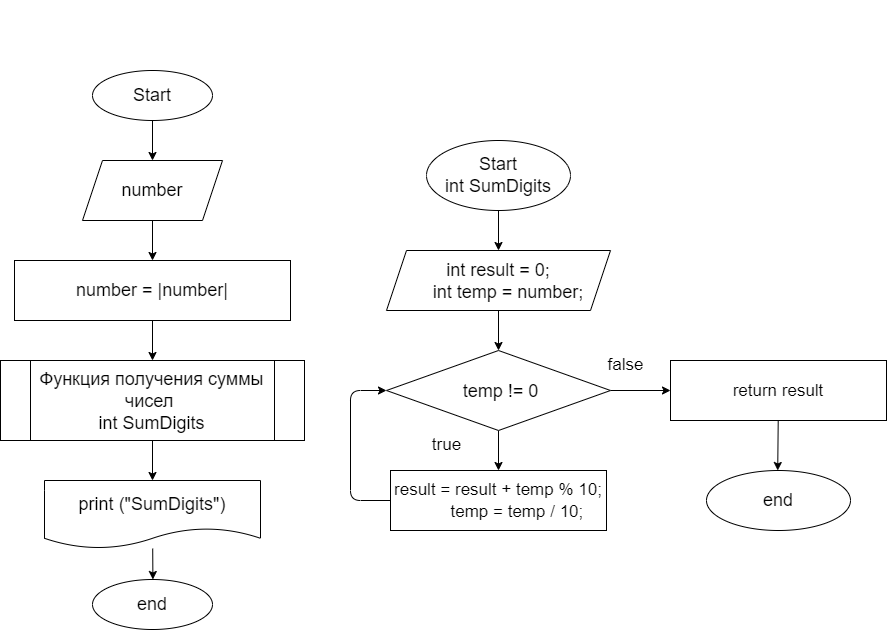
L-manakov/C-sharp keeps this draw.io diagram as Task_27/diagrama.drawio.png. Above is the earlier version. Source tidied: cells renumbered, new cells last; positions are measured from the earlier drawing's top-left corner, leaving out a move shared by most shapes.
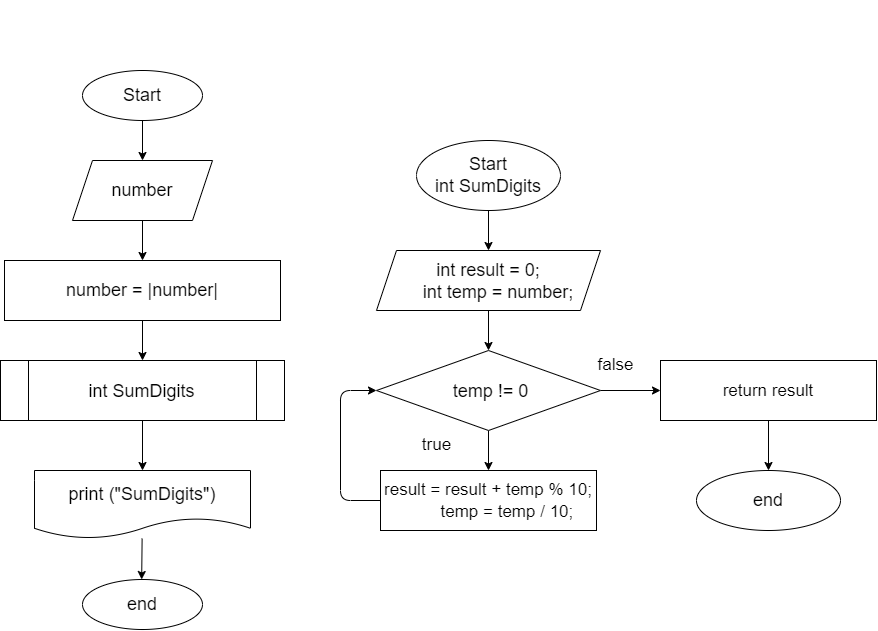
The same diagram one commit later.

What changed in the source:
```diff
@@ -19,7 +19,7 @@
     </mxCell>
     <mxCell id="7" style="edgeStyle=none;html=1;fontSize=18;fontColor=#000000;" parent="1" edge="1" target="10">
       <mxGeometry relative="1" as="geometry">
-        <mxPoint x="152" y="500" as="sourcePoint" />
+        <mxPoint x="152" y="490" as="sourcePoint" />
       </mxGeometry>
     </mxCell>
     <mxCell id="8" value="end" style="ellipse;whiteSpace=wrap;html=1;labelBackgroundColor=#FFFFFF;fontSize=18;fontColor=#000000;labelBorderColor=none;" parent="1" vertex="1">
@@ -29,7 +29,7 @@
       <mxGeometry relative="1" as="geometry" />
     </mxCell>
     <mxCell id="10" value="&lt;font style=&quot;font-size: 18px&quot;&gt;&lt;span style=&quot;color: rgb(0 , 0 , 0) ; background-color: rgb(255 , 255 , 255)&quot;&gt;print (&quot;SumDigits&quot;&lt;/span&gt;&lt;span style=&quot;background-color: rgb(255 , 255 , 255) ; color: rgb(0 , 0 , 0)&quot;&gt;)&lt;/span&gt;&lt;/font&gt;" style="shape=document;whiteSpace=wrap;html=1;boundedLbl=1;fontSize=18;" parent="1" vertex="1">
-      <mxGeometry x="44" y="480" width="216" height="68" as="geometry" />
+      <mxGeometry x="44" y="470" width="216" height="68" as="geometry" />
     </mxCell>
     <mxCell id="11" style="edgeStyle=none;html=1;fontFamily=Helvetica;fontSize=18;fontColor=#000000;" parent="1" edge="1" source="12">
       <mxGeometry relative="1" as="geometry">
@@ -42,8 +42,8 @@
     <mxCell id="13" style="edgeStyle=none;html=1;fontFamily=Helvetica;fontSize=18;fontColor=#000000;" parent="1" edge="1" source="14" target="10">
       <mxGeometry relative="1" as="geometry" />
     </mxCell>
-    <mxCell id="14" value="&lt;div style=&quot;line-height: 22px&quot;&gt;&lt;div style=&quot;line-height: 22px&quot;&gt;&lt;div style=&quot;line-height: 22px&quot;&gt;&lt;font color=&quot;#000000&quot;&gt;&lt;span style=&quot;background-color: rgb(255 , 255 , 255)&quot;&gt;Функция получения суммы чисел&amp;nbsp;&lt;/span&gt;&lt;/font&gt;&lt;/div&gt;&lt;div style=&quot;line-height: 22px&quot;&gt;&lt;span style=&quot;background-color: rgb(255 , 255 , 255) ; color: rgb(0 , 0 , 0)&quot;&gt;int SumDigits&lt;/span&gt;&lt;/div&gt;&lt;/div&gt;&lt;/div&gt;" style="shape=process;whiteSpace=wrap;html=1;backgroundOutline=1;labelBackgroundColor=none;fontFamily=Helvetica;fontSize=18;fontColor=#FFFFFF;" parent="1" vertex="1">
-      <mxGeometry y="360" width="304" height="80" as="geometry" />
+    <mxCell id="14" value="&lt;div style=&quot;line-height: 22px&quot;&gt;&lt;div style=&quot;line-height: 22px&quot;&gt;&lt;div style=&quot;line-height: 22px&quot;&gt;&lt;span style=&quot;background-color: rgb(255 , 255 , 255) ; color: rgb(0 , 0 , 0)&quot;&gt;int SumDigits&lt;/span&gt;&lt;br&gt;&lt;/div&gt;&lt;/div&gt;&lt;/div&gt;" style="shape=process;whiteSpace=wrap;html=1;backgroundOutline=1;labelBackgroundColor=none;fontFamily=Helvetica;fontSize=18;fontColor=#FFFFFF;" parent="1" vertex="1">
+      <mxGeometry x="10" y="360" width="284" height="60" as="geometry" />
     </mxCell>
     <mxCell id="15" style="edgeStyle=none;html=1;fontSize=18;fontColor=#000000;labelBackgroundColor=#FFFFFF;labelBorderColor=none;" parent="1" edge="1" source="16" target="18">
       <mxGeometry relative="1" as="geometry" />
```
